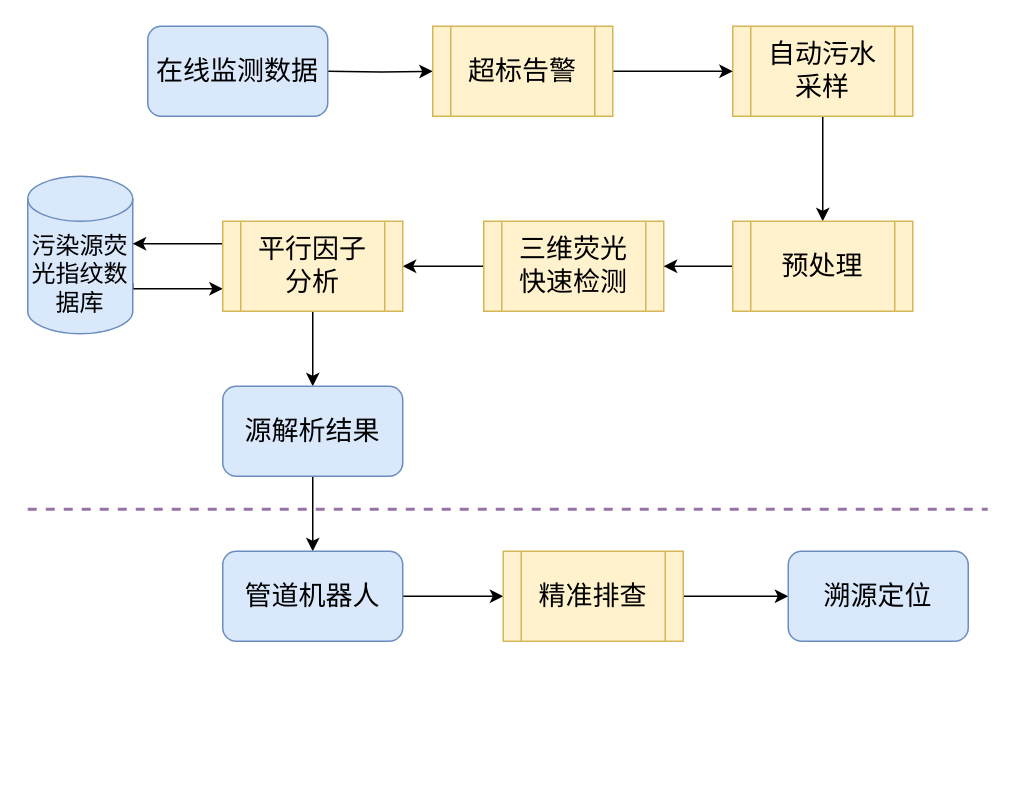
Above: 排口技术框架.drawio in WienWong/Misc (draw.io), before the change. Source tidied: cells renumbered, new cells numbered last; positions are measured from the earlier drawing's top-left corner, leaving out a move shared by most shapes. Both pictures are drawn from the tidied source at 150%, with x=0, y=0 at pixel (27, 26).
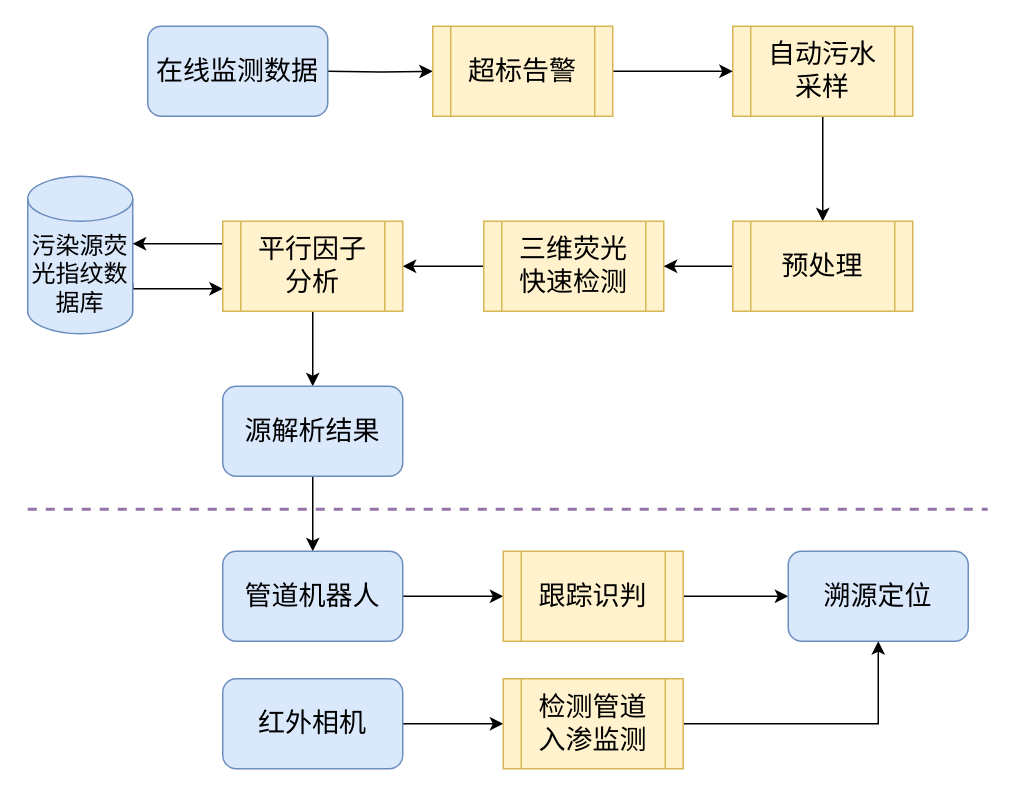
After the change.

Commit message:
Update 排口技术框架.drawio

The change refers to these unchanged cells:
```xml
<mxCell id="24" value="&lt;font style=&quot;font-size: 18px&quot;&gt;溯源定位&lt;/font&gt;" style="rounded=1;whiteSpace=wrap;html=1;fillColor=#dae8fc;strokeColor=#6c8ebf;" parent="1" vertex="1">
  <mxGeometry x="507" y="350" width="120" height="60" as="geometry" />
</mxCell>
```

The edit, as a diff of the source:
```diff
@@
-    <mxCell id="22" value="&lt;font style=&quot;font-size: 18px&quot;&gt;精准排查&lt;/font&gt;" style="shape=process;whiteSpace=wrap;html=1;backgroundOutline=1;fillColor=#fff2cc;strokeColor=#d6b656;" parent="1" vertex="1">
+    <mxCell id="22" value="&lt;font style=&quot;font-size: 18px&quot;&gt;跟踪识判&lt;/font&gt;" style="shape=process;whiteSpace=wrap;html=1;backgroundOutline=1;fillColor=#fff2cc;strokeColor=#d6b656;" parent="1" vertex="1">
       <mxGeometry x="317" y="350" width="120" height="60" as="geometry" />
     </mxCell>
@@
+    <mxCell id="25" style="edgeStyle=orthogonalEdgeStyle;rounded=0;jettySize=auto;html=1;exitX=1;exitY=0.5;exitDx=0;exitDy=0;" parent="1" edge="1" source="26" target="28">
+      <mxGeometry relative="1" as="geometry" />
+    </mxCell>
+    <mxCell id="26" value="&lt;span style=&quot;font-size: 18px&quot;&gt;红外相机&lt;/span&gt;" style="rounded=1;whiteSpace=wrap;html=1;fillColor=#dae8fc;strokeColor=#6c8ebf;" parent="1" vertex="1">
+      <mxGeometry x="130" y="435" width="120" height="60" as="geometry" />
+    </mxCell>
+    <mxCell id="27" style="edgeStyle=orthogonalEdgeStyle;rounded=0;jettySize=auto;html=1;exitX=1;exitY=0.5;exitDx=0;exitDy=0;" parent="1" edge="1" source="28" target="24">
+      <mxGeometry relative="1" as="geometry" />
+    </mxCell>
+    <mxCell id="28" value="&lt;font style=&quot;font-size: 18px&quot;&gt;检测管道&lt;br&gt;入渗监测&lt;br&gt;&lt;/font&gt;" style="shape=process;whiteSpace=wrap;html=1;backgroundOutline=1;fillColor=#fff2cc;strokeColor=#d6b656;" parent="1" vertex="1">
+      <mxGeometry x="317" y="435" width="120" height="60" as="geometry" />
+    </mxCell>
```
